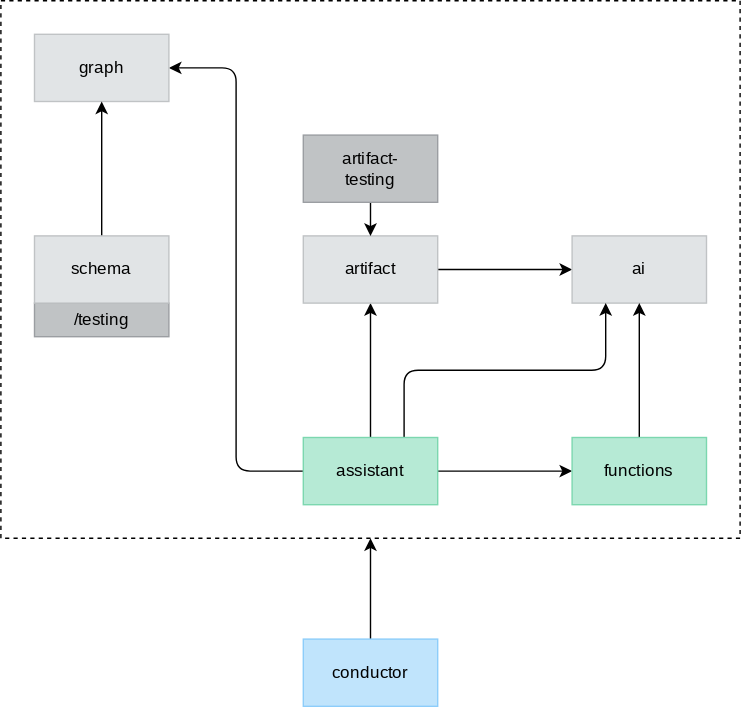
The draw.io diagram packages/experimental/ai/docs/dependencies.drawio.svg in dxos/dxos, before a commit. Source tidied: cells renumbered, new cells last; positions are measured from the earlier drawing's top-left corner, leaving out a move shared by most shapes. Source of this version:
```xml
<mxGraphModel>
  <root>
    <mxCell id="0" />
    <mxCell id="1" parent="0" />
    <mxCell id="2" style="rounded=0;whiteSpace=wrap;html=1;fontFamily=Space Grotesk;fontSource=https%3A%2F%2Ffonts.googleapis.com%2Fcss%3Ffamily%3DSpace%2BGrotesk;fillColor=none;dashed=1;" parent="1" vertex="1">
      <mxGeometry width="528" height="384" as="geometry" />
    </mxCell>
    <mxCell id="3" style="edgeStyle=none;html=1;" parent="1" edge="1" source="10" target="4">
      <mxGeometry relative="1" as="geometry" />
    </mxCell>
    <mxCell id="4" value="ai" style="rounded=0;whiteSpace=wrap;html=1;fontFamily=Space Grotesk;fontSource=https%3A%2F%2Ffonts.googleapis.com%2Fcss%3Ffamily%3DSpace%2BGrotesk;fillColor=#E1E4E6;fontColor=#000000;strokeColor=#C0C3C5;" parent="1" vertex="1">
      <mxGeometry x="408" y="168" width="96" height="48" as="geometry" />
    </mxCell>
    <mxCell id="5" style="edgeStyle=none;html=1;entryX=0.25;entryY=1;entryDx=0;entryDy=0;exitX=0.75;exitY=0;exitDx=0;exitDy=0;" parent="1" edge="1" source="9" target="4">
      <mxGeometry relative="1" as="geometry">
        <Array as="points">
          <mxPoint x="288" y="264" />
          <mxPoint x="432" y="264" />
        </Array>
      </mxGeometry>
    </mxCell>
    <mxCell id="6" style="edgeStyle=none;html=1;" parent="1" edge="1" source="9" target="10">
      <mxGeometry relative="1" as="geometry" />
    </mxCell>
    <mxCell id="7" style="edgeStyle=none;html=1;" parent="1" edge="1" source="9" target="12">
      <mxGeometry relative="1" as="geometry" />
    </mxCell>
    <mxCell id="8" style="edgeStyle=none;html=1;" parent="1" edge="1" source="9" target="15">
      <mxGeometry relative="1" as="geometry">
        <Array as="points">
          <mxPoint x="168" y="336" />
          <mxPoint x="168" y="48" />
        </Array>
      </mxGeometry>
    </mxCell>
    <mxCell id="9" value="assistant" style="rounded=0;whiteSpace=wrap;html=1;fontFamily=Space Grotesk;fontSource=https%3A%2F%2Ffonts.googleapis.com%2Fcss%3Ffamily%3DSpace%2BGrotesk;fillColor=#B6EAD5;fontColor=#000000;strokeColor=#7CD7AF;" parent="1" vertex="1">
      <mxGeometry x="216" y="312" width="96" height="48" as="geometry" />
    </mxCell>
    <mxCell id="10" value="artifact" style="rounded=0;whiteSpace=wrap;html=1;fontFamily=Space Grotesk;fontSource=https%3A%2F%2Ffonts.googleapis.com%2Fcss%3Ffamily%3DSpace%2BGrotesk;fillColor=#E1E4E6;fontColor=#000000;strokeColor=#C0C3C5;" parent="1" vertex="1">
      <mxGeometry x="216" y="168" width="96" height="48" as="geometry" />
    </mxCell>
    <mxCell id="11" style="edgeStyle=none;html=1;" parent="1" edge="1" source="12" target="4">
      <mxGeometry relative="1" as="geometry" />
    </mxCell>
    <mxCell id="12" value="functions" style="rounded=0;whiteSpace=wrap;html=1;fontFamily=Space Grotesk;fontSource=https%3A%2F%2Ffonts.googleapis.com%2Fcss%3Ffamily%3DSpace%2BGrotesk;fillColor=#B6EAD5;fontColor=#000000;strokeColor=#7CD7AF;" parent="1" vertex="1">
      <mxGeometry x="408" y="312" width="96" height="48" as="geometry" />
    </mxCell>
    <mxCell id="13" style="edgeStyle=none;html=1;" parent="1" edge="1" source="14" target="10">
      <mxGeometry relative="1" as="geometry" />
    </mxCell>
    <mxCell id="14" value="artifact-&lt;br&gt;testing" style="rounded=0;whiteSpace=wrap;html=1;fontFamily=Space Grotesk;fontSource=https%3A%2F%2Ffonts.googleapis.com%2Fcss%3Ffamily%3DSpace%2BGrotesk;fillColor=#C0C3C5;fontColor=#000000;strokeColor=#9B9EA2;" parent="1" vertex="1">
      <mxGeometry x="216" y="96" width="96" height="48" as="geometry" />
    </mxCell>
    <mxCell id="15" value="graph" style="rounded=0;whiteSpace=wrap;html=1;fontFamily=Space Grotesk;fontSource=https%3A%2F%2Ffonts.googleapis.com%2Fcss%3Ffamily%3DSpace%2BGrotesk;fillColor=#E1E4E6;fontColor=#000000;strokeColor=#C0C3C5;" parent="1" vertex="1">
      <mxGeometry x="24" y="24" width="96" height="48" as="geometry" />
    </mxCell>
    <mxCell id="16" style="edgeStyle=none;html=1;exitX=0.5;exitY=0;exitDx=0;exitDy=0;entryX=0.5;entryY=1;entryDx=0;entryDy=0;" parent="1" edge="1" source="17" target="2">
      <mxGeometry relative="1" as="geometry" />
    </mxCell>
    <mxCell id="17" value="conductor" style="rounded=0;whiteSpace=wrap;html=1;fontFamily=Space Grotesk;fontSource=https%3A%2F%2Ffonts.googleapis.com%2Fcss%3Ffamily%3DSpace%2BGrotesk;fillColor=#C0E4FC;fontColor=#000000;strokeColor=#8DCDFA;" parent="1" vertex="1">
      <mxGeometry x="216" y="456" width="96" height="48" as="geometry" />
    </mxCell>
    <mxCell id="18" style="edgeStyle=none;html=1;" parent="1" edge="1" source="20" target="15">
      <mxGeometry relative="1" as="geometry" />
    </mxCell>
    <mxCell id="19" value="&lt;div&gt;/testing&lt;/div&gt;" style="rounded=0;whiteSpace=wrap;html=1;fontFamily=Space Grotesk;fontSource=https%3A%2F%2Ffonts.googleapis.com%2Fcss%3Ffamily%3DSpace%2BGrotesk;fillColor=#C0C3C5;fontColor=#000000;strokeColor=#9B9EA2;" parent="1" vertex="1">
      <mxGeometry x="24" y="216" width="96" height="24" as="geometry" />
    </mxCell>
    <mxCell id="20" value="schema" style="rounded=0;whiteSpace=wrap;html=1;fontFamily=Space Grotesk;fontSource=https%3A%2F%2Ffonts.googleapis.com%2Fcss%3Ffamily%3DSpace%2BGrotesk;fillColor=#E1E4E6;fontColor=#000000;strokeColor=#C0C3C5;" parent="1" vertex="1">
      <mxGeometry x="24" y="168" width="96" height="48" as="geometry" />
    </mxCell>
  </root>
</mxGraphModel>
```
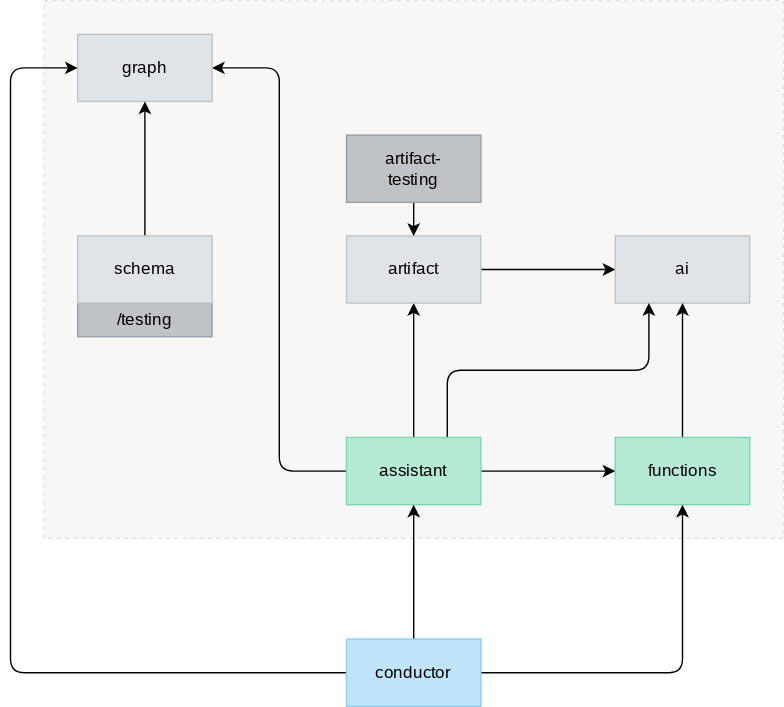
The same file after the commit.

Change to the diagram source:
```diff
@@ -2,7 +2,7 @@
   <root>
     <mxCell id="0" />
     <mxCell id="1" parent="0" />
-    <mxCell id="2" style="rounded=0;whiteSpace=wrap;html=1;fontFamily=Space Grotesk;fontSource=https%3A%2F%2Ffonts.googleapis.com%2Fcss%3Ffamily%3DSpace%2BGrotesk;fillColor=none;dashed=1;" parent="1" vertex="1">
+    <mxCell id="2" style="rounded=0;whiteSpace=wrap;html=1;fontFamily=Space Grotesk;fontSource=https%3A%2F%2Ffonts.googleapis.com%2Fcss%3Ffamily%3DSpace%2BGrotesk;fillColor=#F7F7F7;dashed=1;fontColor=#000000;strokeColor=#E1E4E6;" parent="1" vertex="1">
       <mxGeometry width="528" height="384" as="geometry" />
     </mxCell>
     <mxCell id="3" style="edgeStyle=none;html=1;" parent="1" edge="1" source="10" target="4">
@@ -54,9 +54,24 @@
     <mxCell id="15" value="graph" style="rounded=0;whiteSpace=wrap;html=1;fontFamily=Space Grotesk;fontSource=https%3A%2F%2Ffonts.googleapis.com%2Fcss%3Ffamily%3DSpace%2BGrotesk;fillColor=#E1E4E6;fontColor=#000000;strokeColor=#C0C3C5;" parent="1" vertex="1">
       <mxGeometry x="24" y="24" width="96" height="48" as="geometry" />
     </mxCell>
-    <mxCell id="16" style="edgeStyle=none;html=1;exitX=0.5;exitY=0;exitDx=0;exitDy=0;entryX=0.5;entryY=1;entryDx=0;entryDy=0;" parent="1" edge="1" source="17" target="2">
+    <mxCell id="16" style="edgeStyle=none;html=1;exitX=0.5;exitY=0;exitDx=0;exitDy=0;" parent="1" edge="1" source="17" target="9">
       <mxGeometry relative="1" as="geometry" />
     </mxCell>
+    <mxCell id="21" style="edgeStyle=none;html=1;" parent="1" edge="1" source="17" target="12">
+      <mxGeometry relative="1" as="geometry">
+        <Array as="points">
+          <mxPoint x="456" y="480" />
+        </Array>
+      </mxGeometry>
+    </mxCell>
+    <mxCell id="22" style="edgeStyle=none;html=1;" parent="1" edge="1" source="17" target="15">
+      <mxGeometry relative="1" as="geometry">
+        <Array as="points">
+          <mxPoint x="-24" y="480" />
+          <mxPoint x="-24" y="48" />
+        </Array>
+      </mxGeometry>
+    </mxCell>
     <mxCell id="17" value="conductor" style="rounded=0;whiteSpace=wrap;html=1;fontFamily=Space Grotesk;fontSource=https%3A%2F%2Ffonts.googleapis.com%2Fcss%3Ffamily%3DSpace%2BGrotesk;fillColor=#C0E4FC;fontColor=#000000;strokeColor=#8DCDFA;" parent="1" vertex="1">
       <mxGeometry x="216" y="456" width="96" height="48" as="geometry" />
     </mxCell>
```
